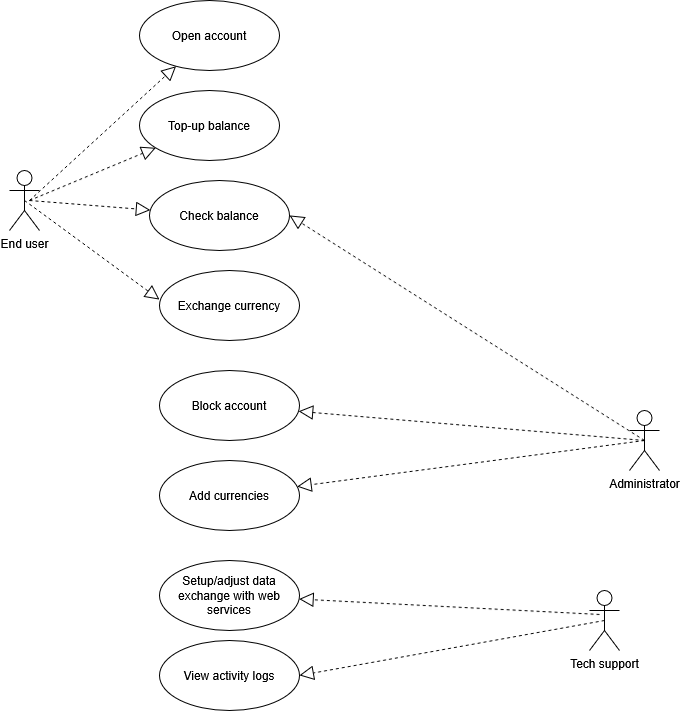
eduards-lv/Activities keeps this draw.io diagram as week3/activity5/usecase.png. Above is the earlier version. Source tidied: cells renumbered, new cells last; positions are measured from the earlier drawing's top-left corner, leaving out a move shared by most shapes. The source it was exported from:
```xml
<mxGraphModel background="light-dark(#FFFFFF,#121212)">
  <root>
    <mxCell id="0" />
    <mxCell id="1" parent="0" />
    <mxCell id="2" value="End user" style="shape=umlActor;verticalLabelPosition=bottom;verticalAlign=top;html=1;outlineConnect=0;" parent="1" vertex="1">
      <mxGeometry y="170" width="30" height="60" as="geometry" />
    </mxCell>
    <mxCell id="3" value="Administrator" style="shape=umlActor;verticalLabelPosition=bottom;verticalAlign=top;html=1;outlineConnect=0;" parent="1" vertex="1">
      <mxGeometry x="620" y="410" width="30" height="60" as="geometry" />
    </mxCell>
    <mxCell id="4" value="Open account" style="ellipse;whiteSpace=wrap;html=1;" parent="1" vertex="1">
      <mxGeometry x="130" width="140" height="70" as="geometry" />
    </mxCell>
    <mxCell id="5" value="Top-up balance" style="ellipse;whiteSpace=wrap;html=1;" parent="1" vertex="1">
      <mxGeometry x="130" y="90" width="140" height="70" as="geometry" />
    </mxCell>
    <mxCell id="6" value="Check balance" style="ellipse;whiteSpace=wrap;html=1;" parent="1" vertex="1">
      <mxGeometry x="140" y="180" width="140" height="70" as="geometry" />
    </mxCell>
    <mxCell id="7" value="Exchange currency" style="ellipse;whiteSpace=wrap;html=1;" parent="1" vertex="1">
      <mxGeometry x="150" y="270" width="140" height="70" as="geometry" />
    </mxCell>
    <mxCell id="8" style="endArrow=block;dashed=1;endFill=0;endSize=12;html=1;rounded=0;" parent="1" edge="1" target="4">
      <mxGeometry relative="1" as="geometry">
        <mxPoint x="20" y="200" as="sourcePoint" />
      </mxGeometry>
    </mxCell>
    <mxCell id="9" style="endArrow=block;dashed=1;endFill=0;endSize=12;html=1;rounded=0;" parent="1" edge="1" target="5">
      <mxGeometry relative="1" as="geometry">
        <mxPoint x="20" y="200" as="sourcePoint" />
      </mxGeometry>
    </mxCell>
    <mxCell id="10" style="endArrow=block;dashed=1;endFill=0;endSize=12;html=1;rounded=0;" parent="1" edge="1" target="6">
      <mxGeometry relative="1" as="geometry">
        <mxPoint x="20" y="200" as="sourcePoint" />
      </mxGeometry>
    </mxCell>
    <mxCell id="11" style="endArrow=block;dashed=1;endFill=0;endSize=12;html=1;rounded=0;entryX=0;entryY=0.414;entryDx=0;entryDy=0;entryPerimeter=0;exitX=0.5;exitY=0.5;exitDx=0;exitDy=0;exitPerimeter=0;" parent="1" edge="1" source="2" target="7">
      <mxGeometry relative="1" as="geometry" />
    </mxCell>
    <mxCell id="12" style="endArrow=block;dashed=1;endFill=0;endSize=12;html=1;rounded=0;entryX=1;entryY=0.5;entryDx=0;entryDy=0;exitX=0.5;exitY=0.5;exitDx=0;exitDy=0;exitPerimeter=0;" parent="1" edge="1" source="3" target="6">
      <mxGeometry relative="1" as="geometry" />
    </mxCell>
    <mxCell id="13" value="Block account" style="ellipse;whiteSpace=wrap;html=1;" parent="1" vertex="1">
      <mxGeometry x="150" y="370" width="140" height="70" as="geometry" />
    </mxCell>
    <mxCell id="14" value="Add currencies" style="ellipse;whiteSpace=wrap;html=1;" parent="1" vertex="1">
      <mxGeometry x="150" y="460" width="140" height="70" as="geometry" />
    </mxCell>
    <mxCell id="15" style="endArrow=block;dashed=1;endFill=0;endSize=12;html=1;rounded=0;exitX=0.5;exitY=0.5;exitDx=0;exitDy=0;exitPerimeter=0;" parent="1" edge="1" source="3" target="13">
      <mxGeometry relative="1" as="geometry" />
    </mxCell>
    <mxCell id="16" style="endArrow=block;dashed=1;endFill=0;endSize=12;html=1;rounded=0;exitX=0.5;exitY=0.5;exitDx=0;exitDy=0;exitPerimeter=0;" parent="1" edge="1" source="3" target="14">
      <mxGeometry relative="1" as="geometry" />
    </mxCell>
    <mxCell id="17" value="Tech support" style="shape=umlActor;verticalLabelPosition=bottom;verticalAlign=top;html=1;" parent="1" vertex="1">
      <mxGeometry x="580" y="590" width="30" height="60" as="geometry" />
    </mxCell>
    <mxCell id="18" value="Setup/adjust data exchange with web services" style="ellipse;whiteSpace=wrap;html=1;" parent="1" vertex="1">
      <mxGeometry x="150" y="560" width="140" height="70" as="geometry" />
    </mxCell>
    <mxCell id="19" style="endArrow=block;dashed=1;endFill=0;endSize=12;html=1;rounded=0;exitX=0.333;exitY=0.4;exitDx=0;exitDy=0;exitPerimeter=0;" parent="1" edge="1" source="17" target="18">
      <mxGeometry relative="1" as="geometry" />
    </mxCell>
    <mxCell id="20" value="View activity logs" style="ellipse;whiteSpace=wrap;html=1;" parent="1" vertex="1">
      <mxGeometry x="150" y="640" width="140" height="70" as="geometry" />
    </mxCell>
    <mxCell id="21" style="endArrow=block;dashed=1;endFill=0;endSize=12;html=1;rounded=0;entryX=1;entryY=0.5;entryDx=0;entryDy=0;exitX=0.5;exitY=0.5;exitDx=0;exitDy=0;exitPerimeter=0;" parent="1" edge="1" source="17" target="20">
      <mxGeometry relative="1" as="geometry" />
    </mxCell>
  </root>
</mxGraphModel>
```
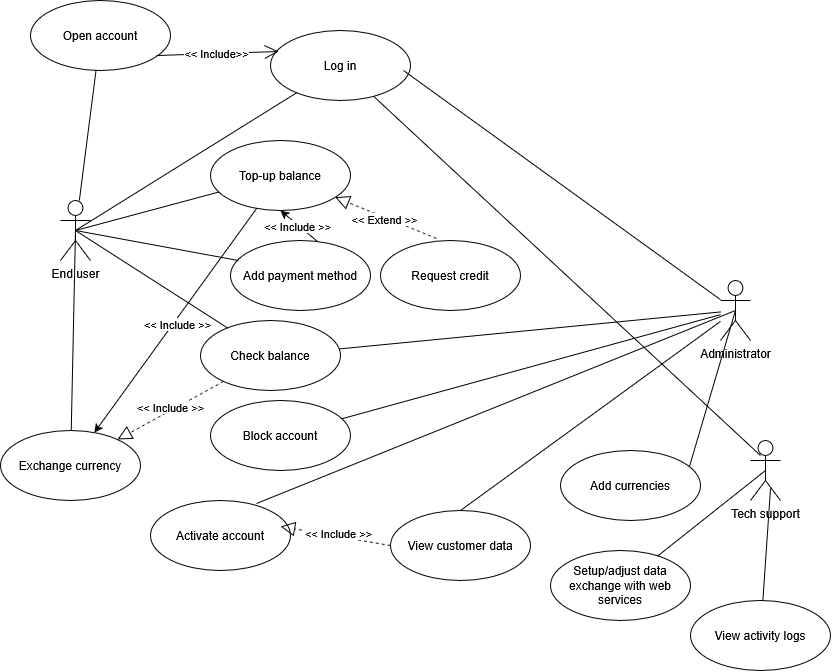
After the commit.

Diff of the diagram source:
```diff
@@ -6,67 +6,130 @@
       <mxGeometry y="170" width="30" height="60" as="geometry" />
     </mxCell>
     <mxCell id="3" value="Administrator" style="shape=umlActor;verticalLabelPosition=bottom;verticalAlign=top;html=1;outlineConnect=0;" parent="1" vertex="1">
-      <mxGeometry x="620" y="410" width="30" height="60" as="geometry" />
+      <mxGeometry x="660" y="250" width="30" height="60" as="geometry" />
     </mxCell>
     <mxCell id="4" value="Open account" style="ellipse;whiteSpace=wrap;html=1;" parent="1" vertex="1">
-      <mxGeometry x="130" width="140" height="70" as="geometry" />
+      <mxGeometry x="-30" y="-30" width="140" height="70" as="geometry" />
     </mxCell>
     <mxCell id="5" value="Top-up balance" style="ellipse;whiteSpace=wrap;html=1;" parent="1" vertex="1">
-      <mxGeometry x="130" y="90" width="140" height="70" as="geometry" />
+      <mxGeometry x="150" y="110" width="140" height="70" as="geometry" />
     </mxCell>
     <mxCell id="6" value="Check balance" style="ellipse;whiteSpace=wrap;html=1;" parent="1" vertex="1">
-      <mxGeometry x="140" y="180" width="140" height="70" as="geometry" />
+      <mxGeometry x="140" y="290" width="140" height="70" as="geometry" />
     </mxCell>
     <mxCell id="7" value="Exchange currency" style="ellipse;whiteSpace=wrap;html=1;" parent="1" vertex="1">
-      <mxGeometry x="150" y="270" width="140" height="70" as="geometry" />
+      <mxGeometry x="-60" y="400" width="140" height="70" as="geometry" />
     </mxCell>
-    <mxCell id="8" style="endArrow=block;dashed=1;endFill=0;endSize=12;html=1;rounded=0;" parent="1" edge="1" target="4">
-      <mxGeometry relative="1" as="geometry">
-        <mxPoint x="20" y="200" as="sourcePoint" />
-      </mxGeometry>
-    </mxCell>
-    <mxCell id="9" style="endArrow=block;dashed=1;endFill=0;endSize=12;html=1;rounded=0;" parent="1" edge="1" target="5">
-      <mxGeometry relative="1" as="geometry">
-        <mxPoint x="20" y="200" as="sourcePoint" />
-      </mxGeometry>
-    </mxCell>
-    <mxCell id="10" style="endArrow=block;dashed=1;endFill=0;endSize=12;html=1;rounded=0;" parent="1" edge="1" target="6">
-      <mxGeometry relative="1" as="geometry">
-        <mxPoint x="20" y="200" as="sourcePoint" />
-      </mxGeometry>
-    </mxCell>
-    <mxCell id="11" style="endArrow=block;dashed=1;endFill=0;endSize=12;html=1;rounded=0;entryX=0;entryY=0.414;entryDx=0;entryDy=0;entryPerimeter=0;exitX=0.5;exitY=0.5;exitDx=0;exitDy=0;exitPerimeter=0;" parent="1" edge="1" source="2" target="7">
-      <mxGeometry relative="1" as="geometry" />
-    </mxCell>
-    <mxCell id="12" style="endArrow=block;dashed=1;endFill=0;endSize=12;html=1;rounded=0;entryX=1;entryY=0.5;entryDx=0;entryDy=0;exitX=0.5;exitY=0.5;exitDx=0;exitDy=0;exitPerimeter=0;" parent="1" edge="1" source="3" target="6">
-      <mxGeometry relative="1" as="geometry" />
-    </mxCell>
     <mxCell id="13" value="Block account" style="ellipse;whiteSpace=wrap;html=1;" parent="1" vertex="1">
       <mxGeometry x="150" y="370" width="140" height="70" as="geometry" />
     </mxCell>
     <mxCell id="14" value="Add currencies" style="ellipse;whiteSpace=wrap;html=1;" parent="1" vertex="1">
-      <mxGeometry x="150" y="460" width="140" height="70" as="geometry" />
+      <mxGeometry x="500" y="420" width="140" height="70" as="geometry" />
     </mxCell>
-    <mxCell id="15" style="endArrow=block;dashed=1;endFill=0;endSize=12;html=1;rounded=0;exitX=0.5;exitY=0.5;exitDx=0;exitDy=0;exitPerimeter=0;" parent="1" edge="1" source="3" target="13">
-      <mxGeometry relative="1" as="geometry" />
-    </mxCell>
-    <mxCell id="16" style="endArrow=block;dashed=1;endFill=0;endSize=12;html=1;rounded=0;exitX=0.5;exitY=0.5;exitDx=0;exitDy=0;exitPerimeter=0;" parent="1" edge="1" source="3" target="14">
-      <mxGeometry relative="1" as="geometry" />
-    </mxCell>
     <mxCell id="17" value="Tech support" style="shape=umlActor;verticalLabelPosition=bottom;verticalAlign=top;html=1;" parent="1" vertex="1">
-      <mxGeometry x="580" y="590" width="30" height="60" as="geometry" />
+      <mxGeometry x="690" y="410" width="30" height="60" as="geometry" />
     </mxCell>
     <mxCell id="18" value="Setup/adjust data exchange with web services" style="ellipse;whiteSpace=wrap;html=1;" parent="1" vertex="1">
-      <mxGeometry x="150" y="560" width="140" height="70" as="geometry" />
+      <mxGeometry x="490" y="520" width="140" height="70" as="geometry" />
     </mxCell>
-    <mxCell id="19" style="endArrow=block;dashed=1;endFill=0;endSize=12;html=1;rounded=0;exitX=0.333;exitY=0.4;exitDx=0;exitDy=0;exitPerimeter=0;" parent="1" edge="1" source="17" target="18">
-      <mxGeometry relative="1" as="geometry" />
-    </mxCell>
     <mxCell id="20" value="View activity logs" style="ellipse;whiteSpace=wrap;html=1;" parent="1" vertex="1">
-      <mxGeometry x="150" y="640" width="140" height="70" as="geometry" />
+      <mxGeometry x="630" y="570" width="140" height="70" as="geometry" />
     </mxCell>
-    <mxCell id="21" style="endArrow=block;dashed=1;endFill=0;endSize=12;html=1;rounded=0;entryX=1;entryY=0.5;entryDx=0;entryDy=0;exitX=0.5;exitY=0.5;exitDx=0;exitDy=0;exitPerimeter=0;" parent="1" edge="1" source="17" target="20">
-      <mxGeometry relative="1" as="geometry" />
-    </mxCell>
+    <mxCell id="22" value="Log in" style="ellipse;whiteSpace=wrap;html=1;" parent="1" vertex="1">
+      <mxGeometry x="210" width="140" height="70" as="geometry" />
+    </mxCell>
+    <mxCell id="23" style="endArrow=none;html=1;rounded=0;" parent="1" edge="1" source="2" target="4">
+      <mxGeometry relative="1" as="geometry" />
+    </mxCell>
+    <mxCell id="24" style="endArrow=none;html=1;rounded=0;exitX=0.5;exitY=0.5;exitDx=0;exitDy=0;exitPerimeter=0;" parent="1" edge="1" source="2" target="22">
+      <mxGeometry relative="1" as="geometry" />
+    </mxCell>
+    <mxCell id="25" style="endArrow=none;html=1;rounded=0;exitX=0.5;exitY=0.5;exitDx=0;exitDy=0;exitPerimeter=0;" parent="1" edge="1" source="2" target="5">
+      <mxGeometry relative="1" as="geometry" />
+    </mxCell>
+    <mxCell id="26" style="endArrow=none;html=1;rounded=0;exitX=0.5;exitY=0.5;exitDx=0;exitDy=0;exitPerimeter=0;" parent="1" edge="1" source="2" target="6">
+      <mxGeometry relative="1" as="geometry" />
+    </mxCell>
+    <mxCell id="11" style="endArrow=none;html=1;rounded=0;exitX=0.5;exitY=0.5;exitDx=0;exitDy=0;exitPerimeter=0;" parent="1" edge="1" source="2" target="7">
+      <mxGeometry relative="1" as="geometry" />
+    </mxCell>
+    <mxCell id="27" style="endArrow=none;html=1;rounded=0;" parent="1" edge="1" source="6" target="3">
+      <mxGeometry relative="1" as="geometry" />
+    </mxCell>
+    <mxCell id="28" style="endArrow=none;html=1;rounded=0;" parent="1" edge="1" source="13" target="3">
+      <mxGeometry relative="1" as="geometry" />
+    </mxCell>
+    <mxCell id="29" style="endArrow=none;html=1;rounded=0;entryX=0.5;entryY=0.5;entryDx=0;entryDy=0;entryPerimeter=0;exitX=0.921;exitY=0.229;exitDx=0;exitDy=0;exitPerimeter=0;" parent="1" edge="1" source="14" target="3">
+      <mxGeometry relative="1" as="geometry" />
+    </mxCell>
+    <mxCell id="30" style="endArrow=none;html=1;rounded=0;entryX=0.5;entryY=0.5;entryDx=0;entryDy=0;entryPerimeter=0;" parent="1" edge="1" source="18" target="17">
+      <mxGeometry relative="1" as="geometry" />
+    </mxCell>
+    <mxCell id="31" style="endArrow=none;html=1;rounded=0;entryX=0.667;entryY=0.8;entryDx=0;entryDy=0;entryPerimeter=0;" parent="1" edge="1" source="20" target="17">
+      <mxGeometry relative="1" as="geometry" />
+    </mxCell>
+    <mxCell id="32" style="endArrow=open;endFill=1;endSize=12;html=1;rounded=0;exitX=0.9;exitY=0.786;exitDx=0;exitDy=0;exitPerimeter=0;entryX=0.057;entryY=0.3;entryDx=0;entryDy=0;entryPerimeter=0;" parent="1" edge="1" source="4" target="22">
+      <mxGeometry relative="1" as="geometry" />
+    </mxCell>
+    <mxCell id="33" value="&amp;lt;&amp;lt; Include&amp;gt;&amp;gt;" style="edgeLabel;html=1;align=center;verticalAlign=middle;" parent="32" vertex="1">
+      <mxGeometry x="-0.01" y="1" relative="1" as="geometry" />
+    </mxCell>
+    <mxCell id="34" style="endArrow=none;html=1;rounded=0;exitX=0.95;exitY=0.571;exitDx=0;exitDy=0;exitPerimeter=0;" parent="1" edge="1" source="22" target="3">
+      <mxGeometry relative="1" as="geometry" />
+    </mxCell>
+    <mxCell id="35" value="Add payment method" style="ellipse;whiteSpace=wrap;html=1;" parent="1" vertex="1">
+      <mxGeometry x="170" y="210" width="140" height="70" as="geometry" />
+    </mxCell>
+    <mxCell id="36" style="endArrow=none;html=1;rounded=0;exitX=0.5;exitY=0.5;exitDx=0;exitDy=0;exitPerimeter=0;entryX=0.057;entryY=0.286;entryDx=0;entryDy=0;entryPerimeter=0;" parent="1" edge="1" source="2" target="35">
+      <mxGeometry relative="1" as="geometry" />
+    </mxCell>
+    <mxCell id="37" style="endArrow=classic;html=1;rounded=0;exitX=0.621;exitY=0.014;exitDx=0;exitDy=0;exitPerimeter=0;entryX=0.5;entryY=1;entryDx=0;entryDy=0;" parent="1" edge="1" source="35" target="5">
+      <mxGeometry relative="1" as="geometry" />
+    </mxCell>
+    <mxCell id="38" value="&amp;lt;&amp;lt; Include &amp;gt;&amp;gt;" style="edgeLabel;html=1;align=center;verticalAlign=middle;" parent="37" vertex="1">
+      <mxGeometry x="0.06" y="1" relative="1" as="geometry" />
+    </mxCell>
+    <mxCell id="39" style="endArrow=none;html=1;rounded=0;exitX=0.333;exitY=0.25;exitDx=0;exitDy=0;exitPerimeter=0;" parent="1" edge="1" source="17" target="22">
+      <mxGeometry relative="1" as="geometry" />
+    </mxCell>
+    <mxCell id="40" style="endArrow=classic;html=1;rounded=0;" parent="1" edge="1" source="5" target="7">
+      <mxGeometry relative="1" as="geometry" />
+    </mxCell>
+    <mxCell id="41" value="&amp;lt;&amp;lt; Include &amp;gt;&amp;gt;" style="edgeLabel;html=1;align=center;verticalAlign=middle;" parent="40" vertex="1">
+      <mxGeometry x="0.01" y="3" relative="1" as="geometry" />
+    </mxCell>
+    <mxCell id="42" value="Request credit" style="ellipse;whiteSpace=wrap;html=1;" parent="1" vertex="1">
+      <mxGeometry x="320" y="210" width="140" height="70" as="geometry" />
+    </mxCell>
+    <mxCell id="43" style="endArrow=block;dashed=1;endFill=0;endSize=12;html=1;rounded=0;exitX=0.4;exitY=-0.029;exitDx=0;exitDy=0;exitPerimeter=0;" parent="1" edge="1" source="42" target="5">
+      <mxGeometry relative="1" as="geometry" />
+    </mxCell>
+    <mxCell id="44" value="&amp;lt;&amp;lt; Extend &amp;gt;&amp;gt;" style="edgeLabel;html=1;align=center;verticalAlign=middle;" parent="43" vertex="1">
+      <mxGeometry x="0.02" y="2" relative="1" as="geometry" />
+    </mxCell>
+    <mxCell id="45" value="Activate account" style="ellipse;whiteSpace=wrap;html=1;" parent="1" vertex="1">
+      <mxGeometry x="90" y="470" width="140" height="70" as="geometry" />
+    </mxCell>
+    <mxCell id="46" style="endArrow=none;html=1;rounded=0;exitX=0.757;exitY=0.043;exitDx=0;exitDy=0;exitPerimeter=0;entryX=0.5;entryY=0.5;entryDx=0;entryDy=0;entryPerimeter=0;" parent="1" edge="1" source="45" target="3">
+      <mxGeometry relative="1" as="geometry" />
+    </mxCell>
+    <mxCell id="47" style="endArrow=block;dashed=1;endFill=0;endSize=12;html=1;rounded=0;" parent="1" edge="1" source="6" target="7">
+      <mxGeometry relative="1" as="geometry" />
+    </mxCell>
+    <mxCell id="48" value="&amp;lt;&amp;lt; Include &amp;gt;&amp;gt;" style="edgeLabel;html=1;align=center;verticalAlign=middle;" parent="47" vertex="1">
+      <mxGeometry x="-0.03" y="-3" relative="1" as="geometry" />
+    </mxCell>
+    <mxCell id="49" value="View customer data" style="ellipse;whiteSpace=wrap;html=1;" parent="1" vertex="1">
+      <mxGeometry x="330" y="480" width="140" height="70" as="geometry" />
+    </mxCell>
+    <mxCell id="50" style="endArrow=none;html=1;rounded=0;exitX=0.5;exitY=0;exitDx=0;exitDy=0;" parent="1" edge="1" source="49" target="3">
+      <mxGeometry relative="1" as="geometry" />
+    </mxCell>
+    <mxCell id="51" style="endArrow=block;dashed=1;endFill=0;endSize=12;html=1;rounded=0;exitX=0;exitY=0.5;exitDx=0;exitDy=0;entryX=0.929;entryY=0.371;entryDx=0;entryDy=0;entryPerimeter=0;" parent="1" edge="1" source="49" target="45">
+      <mxGeometry relative="1" as="geometry" />
+    </mxCell>
+    <mxCell id="52" value="&amp;lt;&amp;lt; Include &amp;gt;&amp;gt;" style="edgeLabel;html=1;align=center;verticalAlign=middle;" parent="51" vertex="1">
+      <mxGeometry x="-0.03" y="-3" relative="1" as="geometry" />
+    </mxCell>
   </root>
 </mxGraphModel>
```
